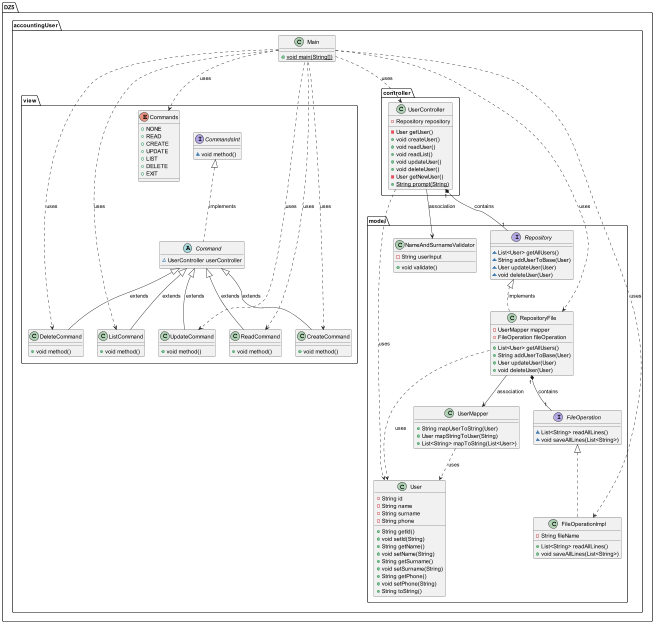
The PlantUML diagram DZ5/accountingUserUML.png in Chernyimisha/DzSoftwareArchitecture, before a commit.
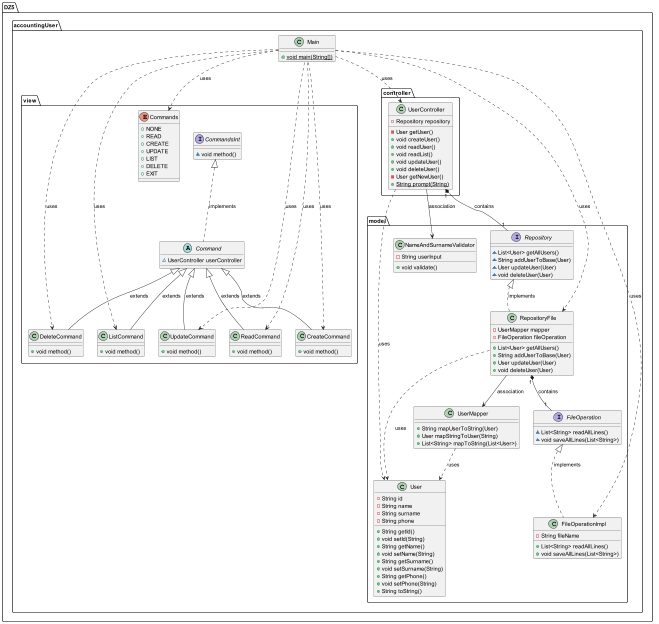
The same diagram one commit later.

Change to the diagram source:
```diff
@@ -123,6 +123,6 @@
 DZ5.accountingUser.view.Command <|-- DZ5.accountingUser.view.ReadCommand : extends
 DZ5.accountingUser.view.Command <|-- DZ5.accountingUser.view.DeleteCommand : extends
 DZ5.accountingUser.view.CommandsInt <|.. DZ5.accountingUser.view.Command : implements
-DZ5.accountingUser.model.FileOperation <|.. DZ5.accountingUser.model.FileOperationImpl
+DZ5.accountingUser.model.FileOperation <|.. DZ5.accountingUser.model.FileOperationImpl : implements
 DZ5.accountingUser.view.Command <|-- DZ5.accountingUser.view.ListCommand : extends
 @enduml
```
